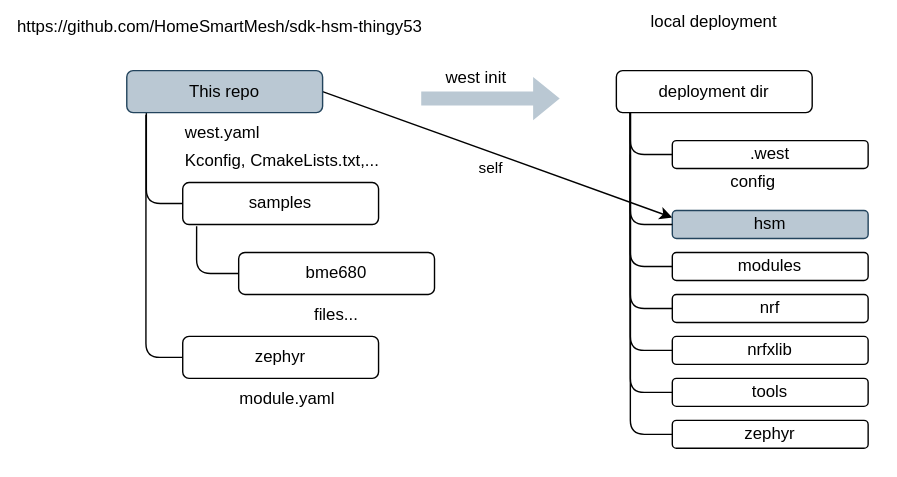
Earlier version of the draw.io export design/dependencies.drawio.svg (HomeSmartMesh/sdk-hsm-thingy53). Source tidied: cells renumbered, new cells last; positions are measured from the earlier drawing's top-left corner, leaving out a move shared by most shapes. Source of this version:
```xml
<mxGraphModel>
  <root>
    <mxCell id="0" />
    <mxCell id="1" parent="0" />
    <mxCell id="2" style="rounded=0;whiteSpace=wrap;html=1;strokeColor=none;" parent="1" vertex="1">
      <mxGeometry width="640" height="340" as="geometry" />
    </mxCell>
    <mxCell id="3" style="edgeStyle=orthogonalEdgeStyle;html=1;endArrow=none;endFill=0;entryX=0;entryY=0.5;entryDx=0;entryDy=0;" parent="1" edge="1" target="8">
      <mxGeometry relative="1" as="geometry">
        <mxPoint x="104" y="80" as="sourcePoint" />
        <Array as="points">
          <mxPoint x="104" y="145" />
        </Array>
      </mxGeometry>
    </mxCell>
    <mxCell id="4" value="self" style="html=1;exitX=1;exitY=0.5;exitDx=0;exitDy=0;entryX=0;entryY=0.25;entryDx=0;entryDy=0;shadow=0;endArrow=classic;endFill=1;fillColor=default;" parent="1" edge="1" source="5" target="20">
      <mxGeometry x="-0.01" y="-11" relative="1" as="geometry" />
    </mxCell>
    <mxCell id="5" value="This repo" style="rounded=1;whiteSpace=wrap;html=1;fillColor=#bac8d3;strokeColor=#23445d;" parent="1" vertex="1">
      <mxGeometry x="90" y="50" width="140" height="30" as="geometry" />
    </mxCell>
    <mxCell id="6" value="west init" style="text;html=1;strokeColor=none;fillColor=none;align=center;verticalAlign=middle;whiteSpace=wrap;rounded=0;" parent="1" vertex="1">
      <mxGeometry x="300" y="40" width="80" height="30" as="geometry" />
    </mxCell>
    <mxCell id="7" value="bme680" style="rounded=1;whiteSpace=wrap;html=1;" parent="1" vertex="1">
      <mxGeometry x="170" y="180" width="140" height="30" as="geometry" />
    </mxCell>
    <mxCell id="8" value="samples" style="rounded=1;whiteSpace=wrap;html=1;" parent="1" vertex="1">
      <mxGeometry x="130" y="130" width="140" height="30" as="geometry" />
    </mxCell>
    <mxCell id="9" style="edgeStyle=orthogonalEdgeStyle;html=1;exitX=0.071;exitY=1.044;exitDx=0;exitDy=0;endArrow=none;endFill=0;entryX=0;entryY=0.5;entryDx=0;entryDy=0;exitPerimeter=0;" parent="1" edge="1" source="8" target="7">
      <mxGeometry relative="1" as="geometry" />
    </mxCell>
    <mxCell id="10" value="zephyr" style="rounded=1;whiteSpace=wrap;html=1;" parent="1" vertex="1">
      <mxGeometry x="130" y="240" width="140" height="30" as="geometry" />
    </mxCell>
    <mxCell id="11" value="files..." style="text;html=1;strokeColor=none;fillColor=none;align=center;verticalAlign=middle;whiteSpace=wrap;rounded=0;" parent="1" vertex="1">
      <mxGeometry x="210" y="210" width="60" height="30" as="geometry" />
    </mxCell>
    <mxCell id="12" style="edgeStyle=orthogonalEdgeStyle;html=1;endArrow=none;endFill=0;entryX=0;entryY=0.5;entryDx=0;entryDy=0;exitX=0.098;exitY=1.049;exitDx=0;exitDy=0;exitPerimeter=0;" parent="1" edge="1" source="5" target="10">
      <mxGeometry relative="1" as="geometry">
        <Array as="points">
          <mxPoint x="104" y="255" />
        </Array>
      </mxGeometry>
    </mxCell>
    <mxCell id="13" value="module.yaml" style="text;html=1;strokeColor=none;fillColor=none;align=center;verticalAlign=middle;whiteSpace=wrap;rounded=0;" parent="1" vertex="1">
      <mxGeometry x="170" y="270" width="70" height="30" as="geometry" />
    </mxCell>
    <mxCell id="14" value="Kconfig, CmakeLists.txt,..." style="text;html=1;strokeColor=none;fillColor=none;align=left;verticalAlign=middle;whiteSpace=wrap;rounded=0;" parent="1" vertex="1">
      <mxGeometry x="130" y="110" width="150" height="10.4" as="geometry" />
    </mxCell>
    <mxCell id="15" value="west.yaml" style="text;html=1;strokeColor=none;fillColor=none;align=left;verticalAlign=middle;whiteSpace=wrap;rounded=0;" parent="1" vertex="1">
      <mxGeometry x="130" y="90.4" width="150" height="10" as="geometry" />
    </mxCell>
    <mxCell id="16" value="deployment dir" style="rounded=1;whiteSpace=wrap;html=1;" parent="1" vertex="1">
      <mxGeometry x="440" y="50" width="140" height="30" as="geometry" />
    </mxCell>
    <mxCell id="17" value="https://github.com/HomeSmartMesh/sdk-hsm-thingy53" style="text;whiteSpace=wrap;html=1;" parent="1" vertex="1">
      <mxGeometry x="10" y="5" width="300" height="20" as="geometry" />
    </mxCell>
    <mxCell id="18" value=".west" style="rounded=1;whiteSpace=wrap;html=1;" parent="1" vertex="1">
      <mxGeometry x="480" y="100" width="140" height="20" as="geometry" />
    </mxCell>
    <mxCell id="19" value="config" style="text;html=1;strokeColor=none;fillColor=none;align=left;verticalAlign=middle;whiteSpace=wrap;rounded=0;" parent="1" vertex="1">
      <mxGeometry x="520" y="120" width="50" height="20" as="geometry" />
    </mxCell>
    <mxCell id="20" value="hsm" style="rounded=1;whiteSpace=wrap;html=1;fillColor=#bac8d3;strokeColor=#23445d;" parent="1" vertex="1">
      <mxGeometry x="480" y="150" width="140" height="20" as="geometry" />
    </mxCell>
    <mxCell id="21" value="modules" style="rounded=1;whiteSpace=wrap;html=1;" parent="1" vertex="1">
      <mxGeometry x="480" y="180" width="140" height="20" as="geometry" />
    </mxCell>
    <mxCell id="22" value="nrf" style="rounded=1;whiteSpace=wrap;html=1;" parent="1" vertex="1">
      <mxGeometry x="480" y="210" width="140" height="20" as="geometry" />
    </mxCell>
    <mxCell id="23" value="zephyr" style="rounded=1;whiteSpace=wrap;html=1;" parent="1" vertex="1">
      <mxGeometry x="480" y="300" width="140" height="20" as="geometry" />
    </mxCell>
    <mxCell id="24" value="nrfxlib" style="rounded=1;whiteSpace=wrap;html=1;" parent="1" vertex="1">
      <mxGeometry x="480" y="240" width="140" height="20" as="geometry" />
    </mxCell>
    <mxCell id="25" value="tools" style="rounded=1;whiteSpace=wrap;html=1;" parent="1" vertex="1">
      <mxGeometry x="480" y="270" width="140" height="20" as="geometry" />
    </mxCell>
    <mxCell id="26" style="shape=flexArrow;endArrow=classic;html=1;strokeColor=none;fillColor=#bac8d3;shadow=0;" parent="1" edge="1">
      <mxGeometry relative="1" as="geometry">
        <mxPoint x="300" y="70" as="sourcePoint" />
        <mxPoint x="400" y="70" as="targetPoint" />
      </mxGeometry>
    </mxCell>
    <mxCell id="27" value="local deployment" style="text;html=1;strokeColor=none;fillColor=none;align=center;verticalAlign=middle;whiteSpace=wrap;rounded=0;" parent="1" vertex="1">
      <mxGeometry x="420" width="180" height="30" as="geometry" />
    </mxCell>
    <mxCell id="28" style="edgeStyle=orthogonalEdgeStyle;html=1;endArrow=none;endFill=0;entryX=0;entryY=0.5;entryDx=0;entryDy=0;" parent="1" edge="1" target="24">
      <mxGeometry relative="1" as="geometry">
        <mxPoint x="450" y="80" as="sourcePoint" />
        <Array as="points">
          <mxPoint x="450" y="80" />
          <mxPoint x="450" y="250" />
        </Array>
      </mxGeometry>
    </mxCell>
    <mxCell id="29" style="edgeStyle=orthogonalEdgeStyle;html=1;endArrow=none;endFill=0;entryX=0;entryY=0.5;entryDx=0;entryDy=0;" parent="1" edge="1" target="25">
      <mxGeometry relative="1" as="geometry">
        <mxPoint x="450" y="80" as="sourcePoint" />
        <Array as="points">
          <mxPoint x="450" y="280" />
        </Array>
      </mxGeometry>
    </mxCell>
    <mxCell id="30" style="edgeStyle=orthogonalEdgeStyle;html=1;endArrow=none;endFill=0;entryX=0;entryY=0.5;entryDx=0;entryDy=0;" parent="1" edge="1">
      <mxGeometry relative="1" as="geometry">
        <mxPoint x="450" y="110" as="sourcePoint" />
        <mxPoint x="480" y="310" as="targetPoint" />
        <Array as="points">
          <mxPoint x="450" y="310" />
        </Array>
      </mxGeometry>
    </mxCell>
    <mxCell id="31" style="edgeStyle=orthogonalEdgeStyle;html=1;endArrow=none;endFill=0;entryX=0;entryY=0.5;entryDx=0;entryDy=0;" parent="1" edge="1">
      <mxGeometry relative="1" as="geometry">
        <mxPoint x="450" y="80" as="sourcePoint" />
        <mxPoint x="480" y="220" as="targetPoint" />
        <Array as="points">
          <mxPoint x="450" y="220" />
        </Array>
      </mxGeometry>
    </mxCell>
    <mxCell id="32" style="edgeStyle=orthogonalEdgeStyle;html=1;endArrow=none;endFill=0;entryX=0;entryY=0.5;entryDx=0;entryDy=0;" parent="1" edge="1">
      <mxGeometry relative="1" as="geometry">
        <mxPoint x="450" y="80" as="sourcePoint" />
        <mxPoint x="480" y="190" as="targetPoint" />
        <Array as="points">
          <mxPoint x="450" y="190" />
        </Array>
      </mxGeometry>
    </mxCell>
    <mxCell id="33" style="edgeStyle=orthogonalEdgeStyle;html=1;endArrow=none;endFill=0;entryX=0;entryY=0.5;entryDx=0;entryDy=0;" parent="1" edge="1">
      <mxGeometry relative="1" as="geometry">
        <mxPoint x="450" y="80" as="sourcePoint" />
        <mxPoint x="480" y="160" as="targetPoint" />
        <Array as="points">
          <mxPoint x="450" y="160" />
        </Array>
      </mxGeometry>
    </mxCell>
    <mxCell id="34" style="edgeStyle=orthogonalEdgeStyle;html=1;endArrow=none;endFill=0;entryX=0;entryY=0.5;entryDx=0;entryDy=0;" parent="1" edge="1">
      <mxGeometry relative="1" as="geometry">
        <mxPoint x="450" y="80" as="sourcePoint" />
        <mxPoint x="480" y="110" as="targetPoint" />
        <Array as="points">
          <mxPoint x="450" y="110" />
        </Array>
      </mxGeometry>
    </mxCell>
  </root>
</mxGraphModel>
```
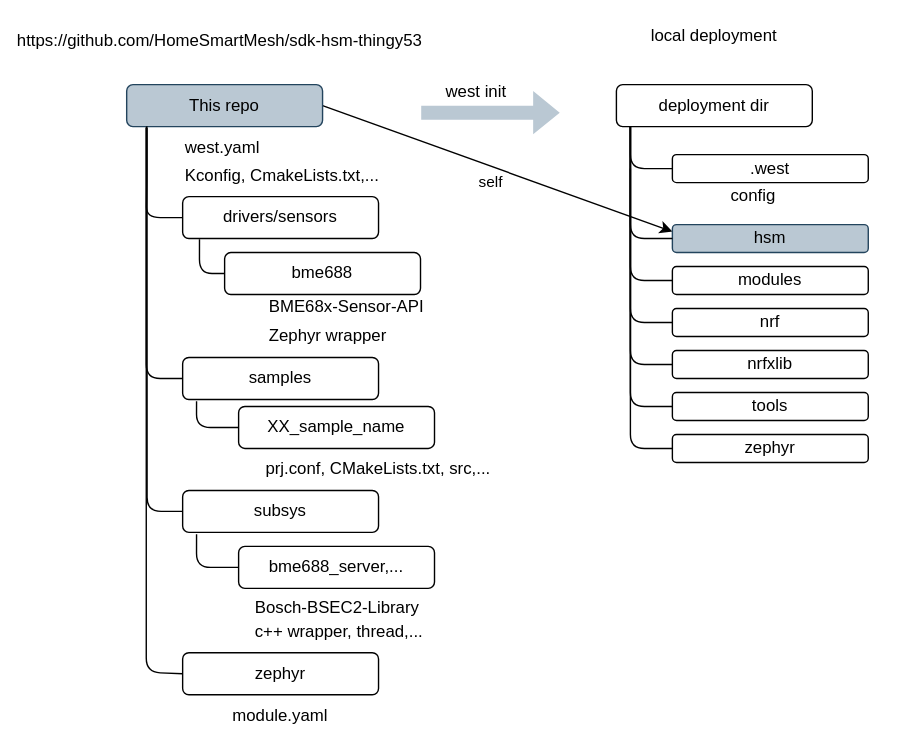
The same diagram one commit later.

The edit, as a diff of the source:
```diff
@@ -3,13 +3,13 @@
     <mxCell id="0" />
     <mxCell id="1" parent="0" />
     <mxCell id="2" style="rounded=0;whiteSpace=wrap;html=1;strokeColor=none;" parent="1" vertex="1">
-      <mxGeometry width="640" height="340" as="geometry" />
+      <mxGeometry y="-10" width="640" height="530" as="geometry" />
     </mxCell>
     <mxCell id="3" style="edgeStyle=orthogonalEdgeStyle;html=1;endArrow=none;endFill=0;entryX=0;entryY=0.5;entryDx=0;entryDy=0;" parent="1" edge="1" target="8">
       <mxGeometry relative="1" as="geometry">
         <mxPoint x="104" y="80" as="sourcePoint" />
         <Array as="points">
-          <mxPoint x="104" y="145" />
+          <mxPoint x="104" y="260" />
         </Array>
       </mxGeometry>
     </mxCell>
@@ -22,30 +22,31 @@
     <mxCell id="6" value="west init" style="text;html=1;strokeColor=none;fillColor=none;align=center;verticalAlign=middle;whiteSpace=wrap;rounded=0;" parent="1" vertex="1">
       <mxGeometry x="300" y="40" width="80" height="30" as="geometry" />
     </mxCell>
-    <mxCell id="7" value="bme680" style="rounded=1;whiteSpace=wrap;html=1;" parent="1" vertex="1">
-      <mxGeometry x="170" y="180" width="140" height="30" as="geometry" />
+    <mxCell id="7" value="XX_sample_name" style="rounded=1;whiteSpace=wrap;html=1;" parent="1" vertex="1">
+      <mxGeometry x="170" y="280" width="140" height="30" as="geometry" />
     </mxCell>
     <mxCell id="8" value="samples" style="rounded=1;whiteSpace=wrap;html=1;" parent="1" vertex="1">
-      <mxGeometry x="130" y="130" width="140" height="30" as="geometry" />
+      <mxGeometry x="130" y="245" width="140" height="30" as="geometry" />
     </mxCell>
     <mxCell id="9" style="edgeStyle=orthogonalEdgeStyle;html=1;exitX=0.071;exitY=1.044;exitDx=0;exitDy=0;endArrow=none;endFill=0;entryX=0;entryY=0.5;entryDx=0;entryDy=0;exitPerimeter=0;" parent="1" edge="1" source="8" target="7">
       <mxGeometry relative="1" as="geometry" />
     </mxCell>
     <mxCell id="10" value="zephyr" style="rounded=1;whiteSpace=wrap;html=1;" parent="1" vertex="1">
-      <mxGeometry x="130" y="240" width="140" height="30" as="geometry" />
+      <mxGeometry x="130" y="456" width="140" height="30" as="geometry" />
     </mxCell>
-    <mxCell id="11" value="files..." style="text;html=1;strokeColor=none;fillColor=none;align=center;verticalAlign=middle;whiteSpace=wrap;rounded=0;" parent="1" vertex="1">
-      <mxGeometry x="210" y="210" width="60" height="30" as="geometry" />
+    <mxCell id="11" value="prj.conf, CMakeLists.txt, src,..." style="text;html=1;strokeColor=none;fillColor=none;align=center;verticalAlign=middle;whiteSpace=wrap;rounded=0;" parent="1" vertex="1">
+      <mxGeometry x="180" y="310" width="180" height="30" as="geometry" />
     </mxCell>
-    <mxCell id="12" style="edgeStyle=orthogonalEdgeStyle;html=1;endArrow=none;endFill=0;entryX=0;entryY=0.5;entryDx=0;entryDy=0;exitX=0.098;exitY=1.049;exitDx=0;exitDy=0;exitPerimeter=0;" parent="1" edge="1" source="5" target="10">
+    <mxCell id="12" style="edgeStyle=orthogonalEdgeStyle;html=1;endArrow=none;endFill=0;entryX=0;entryY=0.5;entryDx=0;entryDy=0;exitX=0.1;exitY=1.03;exitDx=0;exitDy=0;exitPerimeter=0;" parent="1" edge="1" source="5" target="10">
       <mxGeometry relative="1" as="geometry">
         <Array as="points">
-          <mxPoint x="104" y="255" />
+          <mxPoint x="104" y="470" />
+          <mxPoint x="130" y="470" />
         </Array>
       </mxGeometry>
     </mxCell>
     <mxCell id="13" value="module.yaml" style="text;html=1;strokeColor=none;fillColor=none;align=center;verticalAlign=middle;whiteSpace=wrap;rounded=0;" parent="1" vertex="1">
-      <mxGeometry x="170" y="270" width="70" height="30" as="geometry" />
+      <mxGeometry x="165" y="486" width="70" height="30" as="geometry" />
     </mxCell>
     <mxCell id="14" value="Kconfig, CmakeLists.txt,..." style="text;html=1;strokeColor=none;fillColor=none;align=left;verticalAlign=middle;whiteSpace=wrap;rounded=0;" parent="1" vertex="1">
       <mxGeometry x="130" y="110" width="150" height="10.4" as="geometry" />
@@ -154,5 +155,50 @@
         </Array>
       </mxGeometry>
     </mxCell>
+    <mxCell id="35" value="drivers/sensors" style="rounded=1;whiteSpace=wrap;html=1;" parent="1" vertex="1">
+      <mxGeometry x="130" y="130" width="140" height="30" as="geometry" />
+    </mxCell>
+    <mxCell id="36" value="bme688" style="rounded=1;whiteSpace=wrap;html=1;" parent="1" vertex="1">
+      <mxGeometry x="160" y="170" width="140" height="30" as="geometry" />
+    </mxCell>
+    <mxCell id="37" value="BME68x-Sensor-API" style="text;whiteSpace=wrap;html=1;" parent="1" vertex="1">
+      <mxGeometry x="190" y="195" width="140" height="30" as="geometry" />
+    </mxCell>
+    <mxCell id="38" style="edgeStyle=orthogonalEdgeStyle;html=1;endArrow=none;endFill=0;entryX=0;entryY=0.5;entryDx=0;entryDy=0;exitX=0.103;exitY=0.992;exitDx=0;exitDy=0;exitPerimeter=0;" parent="1" edge="1" source="5" target="35">
+      <mxGeometry relative="1" as="geometry">
+        <Array as="points">
+          <mxPoint x="104" y="120" />
+          <mxPoint x="104" y="145" />
+        </Array>
+      </mxGeometry>
+    </mxCell>
+    <mxCell id="39" style="edgeStyle=orthogonalEdgeStyle;html=1;exitX=0.086;exitY=1.017;exitDx=0;exitDy=0;endArrow=none;endFill=0;entryX=0;entryY=0.5;entryDx=0;entryDy=0;exitPerimeter=0;" parent="1" edge="1" source="35" target="36">
+      <mxGeometry relative="1" as="geometry" />
+    </mxCell>
+    <mxCell id="40" value="bme688_server,..." style="rounded=1;whiteSpace=wrap;html=1;" parent="1" vertex="1">
+      <mxGeometry x="170" y="380" width="140" height="30" as="geometry" />
+    </mxCell>
+    <mxCell id="41" value="subsys" style="rounded=1;whiteSpace=wrap;html=1;" parent="1" vertex="1">
+      <mxGeometry x="130" y="340" width="140" height="30" as="geometry" />
+    </mxCell>
+    <mxCell id="42" style="edgeStyle=orthogonalEdgeStyle;html=1;exitX=0.071;exitY=1.044;exitDx=0;exitDy=0;endArrow=none;endFill=0;entryX=0;entryY=0.5;entryDx=0;entryDy=0;exitPerimeter=0;" parent="1" edge="1" source="41" target="40">
+      <mxGeometry relative="1" as="geometry" />
+    </mxCell>
+    <mxCell id="43" value="c++ wrapper, thread,..." style="text;html=1;strokeColor=none;fillColor=none;align=left;verticalAlign=middle;whiteSpace=wrap;rounded=0;" parent="1" vertex="1">
+      <mxGeometry x="180" y="426" width="130" height="30" as="geometry" />
+    </mxCell>
+    <mxCell id="44" value="Bosch-BSEC2-Library" style="text;whiteSpace=wrap;html=1;" parent="1" vertex="1">
+      <mxGeometry x="180" y="410" width="140" height="30" as="geometry" />
+    </mxCell>
+    <mxCell id="45" value="Zephyr wrapper" style="text;html=1;strokeColor=none;fillColor=none;align=left;verticalAlign=middle;whiteSpace=wrap;rounded=0;" parent="1" vertex="1">
+      <mxGeometry x="190" y="215" width="100" height="30" as="geometry" />
+    </mxCell>
+    <mxCell id="46" style="edgeStyle=orthogonalEdgeStyle;html=1;endArrow=none;endFill=0;entryX=0;entryY=0.5;entryDx=0;entryDy=0;exitX=0.104;exitY=1.027;exitDx=0;exitDy=0;exitPerimeter=0;" parent="1" edge="1" source="5" target="41">
+      <mxGeometry relative="1" as="geometry">
+        <Array as="points">
+          <mxPoint x="105" y="355" />
+        </Array>
+      </mxGeometry>
+    </mxCell>
   </root>
 </mxGraphModel>
```
